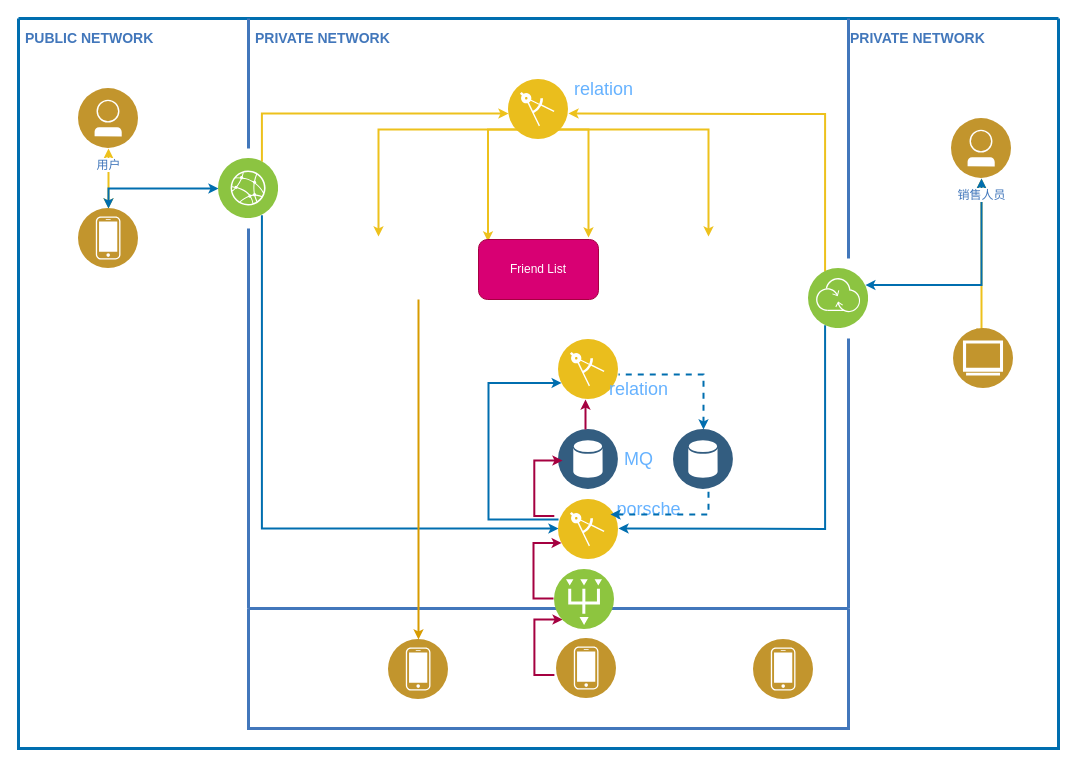
The draw.io diagram craft/add_f.drawio in feihu618/drawio, before the edit. Source tidied: cells renumbered, new cells numbered last; positions are measured from the earlier drawing's top-left corner, leaving out a move shared by most shapes. Both pictures are drawn from the tidied source at 100%, with x=0, y=0 at pixel (18, 18).
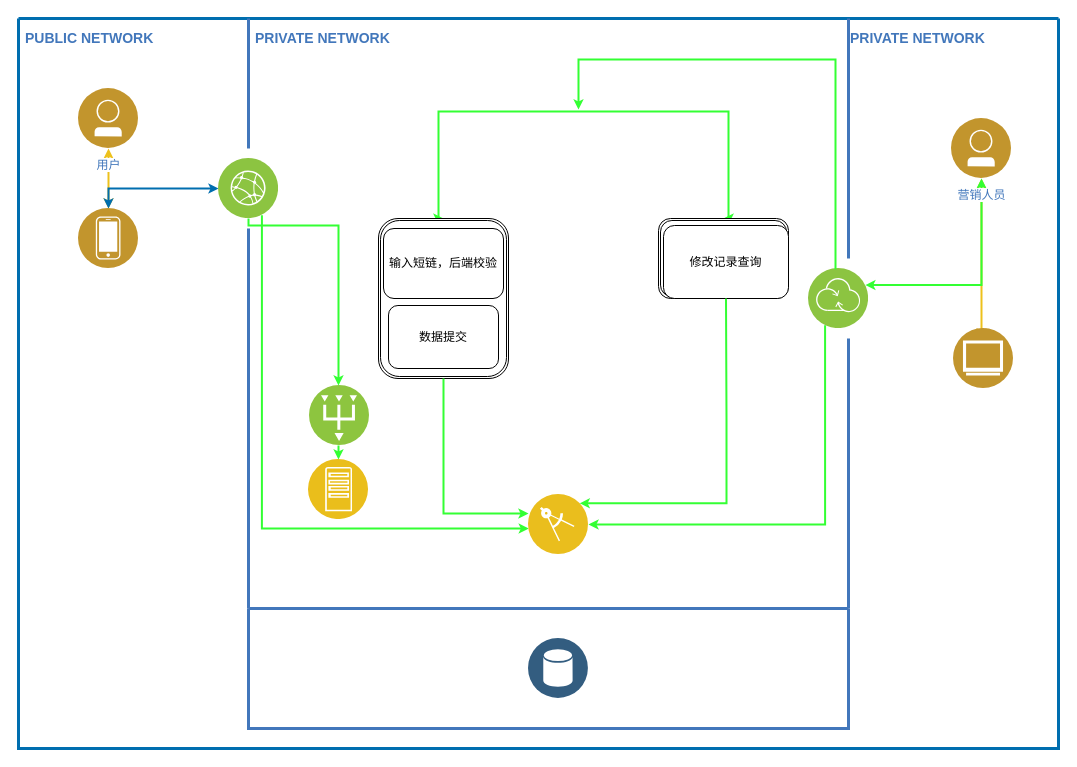
The same page after the edit.

Unchanged cells that the change refers to:
```xml
<mxCell id="2" style="swimlane;shadow=0;strokeColor=#006EAF;fillColor=#1ba1e2;fontColor=#ffffff;align=right;startSize=0;noLabel=1;strokeWidth=3;" parent="1" vertex="1">
  <mxGeometry width="1040" height="730" as="geometry" />
</mxCell>
<mxCell id="14" style="perimeter=ellipsePerimeter;html=1;align=center;shadow=0;dashed=0;image;image=img/lib/ibm/infrastructure/edge_services.svg;strokeColor=#FF0000;fillColor=#FFFF66;gradientColor=none;fontColor=#4277BB;labelBackgroundColor=#ffffff;spacingTop=3;" parent="2" vertex="1">
  <mxGeometry x="200" y="140" width="60" height="60" as="geometry" />
</mxCell>
<mxCell id="15" value="&lt;br&gt;" style="perimeter=ellipsePerimeter;html=1;align=center;shadow=0;dashed=0;image;image=img/lib/ibm/infrastructure/transformation_connectivity.svg;strokeColor=#FF0000;fillColor=#FFFF66;gradientColor=none;fontColor=#4277BB;labelBackgroundColor=#ffffff;spacingTop=3;" parent="2" vertex="1">
  <mxGeometry x="790" y="250" width="60" height="60" as="geometry" />
</mxCell>
<mxCell id="17" style="swimlane;shadow=0;labelBackgroundColor=#007FFF;strokeColor=#4277BB;fillColor=none;gradientColor=none;fontColor=#000000;align=right;startSize=0;strokeWidth=3;" parent="2" vertex="1">
  <mxGeometry x="230" y="590" width="600" height="120" as="geometry" />
</mxCell>
```

Diff of the diagram source:
```diff
@@
-    <mxCell id="4" style="edgeStyle=orthogonalEdgeStyle;rounded=0;html=1;entryX=0.25;entryY=0;labelBackgroundColor=#ffffff;jettySize=auto;strokeColor=#EDC11C;fontColor=#000000;startArrow=classic;strokeWidth=2;endSize=4;startSize=4;endArrow=none;endFill=0;" parent="2" edge="1" target="15">
-      <mxGeometry relative="1" as="geometry">
-        <mxPoint x="550" y="95" as="sourcePoint" />
-      </mxGeometry>
-    </mxCell>
-    <mxCell id="5" style="edgeStyle=orthogonalEdgeStyle;rounded=0;html=1;entryX=0.75;entryY=0;labelBackgroundColor=#ffffff;jettySize=auto;strokeColor=#EDC11C;fontColor=#000000;startArrow=classic;strokeWidth=2;endSize=4;startSize=4;endArrow=none;endFill=0;" parent="2" edge="1" target="14">
-      <mxGeometry relative="1" as="geometry">
-        <mxPoint x="490" y="95" as="sourcePoint" />
-        <Array as="points">
-          <mxPoint x="243" y="95" />
-        </Array>
-      </mxGeometry>
-    </mxCell>
-    <mxCell id="6" style="edgeStyle=orthogonalEdgeStyle;rounded=0;html=1;labelBackgroundColor=#ffffff;jettySize=auto;orthogonalLoop=1;strokeColor=#EDC11C;fontColor=#000000;startArrow=classic;strokeWidth=2;endSize=4;startSize=4;" parent="2" edge="1">
+    <mxCell id="6" style="edgeStyle=orthogonalEdgeStyle;rounded=0;html=1;labelBackgroundColor=#ffffff;jettySize=auto;fontColor=#000000;startArrow=classic;strokeWidth=2;endSize=4;startSize=4;strokeColor=#33FF33;exitX=0.5;exitY=0;exitDx=0;exitDy=0;entryX=0.5;entryY=0;entryDx=0;entryDy=0;" parent="2" edge="1" source="50" target="54">
       <mxGeometry relative="1" as="geometry">
-        <mxPoint x="360" y="218" as="sourcePoint" />
-        <mxPoint x="690" y="218" as="targetPoint" />
         <Array as="points">
-          <mxPoint x="360" y="111" />
-          <mxPoint x="690" y="111" />
+          <mxPoint x="420" y="200" />
+          <mxPoint x="420" y="93" />
+          <mxPoint x="710" y="93" />
         </Array>
       </mxGeometry>
     </mxCell>
-    <mxCell id="7" style="edgeStyle=orthogonalEdgeStyle;rounded=0;html=1;labelBackgroundColor=#ffffff;jettySize=auto;orthogonalLoop=1;strokeColor=#EDC11C;fontColor=#000000;startArrow=classic;strokeWidth=2;endSize=4;startSize=4;exitX=0.079;exitY=0.033;exitDx=0;exitDy=0;exitPerimeter=0;" parent="2" edge="1">
-      <mxGeometry relative="1" as="geometry">
-        <mxPoint x="469.5" y="223" as="sourcePoint" />
-        <mxPoint x="570" y="219" as="targetPoint" />
-        <Array as="points">
-          <mxPoint x="470" y="111" />
-          <mxPoint x="570" y="111" />
-        </Array>
-      </mxGeometry>
-    </mxCell>
-    <mxCell id="8" style="edgeStyle=orthogonalEdgeStyle;rounded=0;html=1;labelBackgroundColor=#ffffff;jettySize=auto;strokeColor=#006EAF;fontColor=#000000;entryX=0.75;entryY=1;strokeWidth=2;endSize=4;startSize=4;startArrow=classic;startFill=1;endArrow=none;endFill=0;fillColor=#1ba1e2;" parent="2" edge="1" target="14">
+    <mxCell id="8" style="edgeStyle=orthogonalEdgeStyle;rounded=0;html=1;labelBackgroundColor=#ffffff;jettySize=auto;fontColor=#000000;entryX=0.75;entryY=1;strokeWidth=2;endSize=4;startSize=4;startArrow=classic;startFill=1;endArrow=none;endFill=0;fillColor=#1ba1e2;strokeColor=#33FF33;" parent="2" edge="1" source="30" target="14">
       <mxGeometry relative="1" as="geometry">
-        <mxPoint x="540" y="510" as="sourcePoint" />
         <Array as="points">
           <mxPoint x="243" y="510" />
         </Array>
       </mxGeometry>
     </mxCell>
-    <mxCell id="9" style="edgeStyle=orthogonalEdgeStyle;rounded=0;html=1;entryX=0.25;entryY=1;labelBackgroundColor=#ffffff;jettySize=auto;strokeColor=#006EAF;fontColor=#000000;strokeWidth=2;endSize=4;startSize=4;startArrow=classic;startFill=1;endArrow=none;endFill=0;fillColor=#1ba1e2;" parent="2" edge="1" target="15">
-      <mxGeometry relative="1" as="geometry">
-        <mxPoint x="600" y="510" as="sourcePoint" />
-      </mxGeometry>
+    <mxCell id="9" style="edgeStyle=orthogonalEdgeStyle;rounded=0;html=1;entryX=0.25;entryY=1;labelBackgroundColor=#ffffff;jettySize=auto;fontColor=#000000;strokeWidth=2;endSize=4;startSize=4;startArrow=classic;startFill=1;endArrow=none;endFill=0;fillColor=#1ba1e2;exitX=1;exitY=0.5;exitDx=0;exitDy=0;strokeColor=#33FF33;" parent="2" edge="1" source="30" target="15">
+      <mxGeometry relative="1" as="geometry" />
     </mxCell>
@@
-    <mxCell id="11" style="edgeStyle=orthogonalEdgeStyle;rounded=0;html=1;entryX=1;entryY=0.25;labelBackgroundColor=#ffffff;jettySize=auto;strokeColor=#006EAF;fontColor=#000000;startArrow=classic;strokeWidth=2;endSize=4;startSize=4;fillColor=#1ba1e2;" parent="2" edge="1" source="16" target="15">
+    <mxCell id="11" style="edgeStyle=orthogonalEdgeStyle;rounded=0;html=1;entryX=1;entryY=0.25;labelBackgroundColor=#ffffff;jettySize=auto;fontColor=#000000;startArrow=classic;strokeWidth=2;endSize=4;startSize=4;fillColor=#1ba1e2;strokeColor=#33FF33;" parent="2" edge="1" source="16" target="15">
       <mxGeometry relative="1" as="geometry">
         <Array as="points">
           <mxPoint x="963" y="267" />
         </Array>
       </mxGeometry>
     </mxCell>
@@
-    <mxCell id="16" value="销售人员" style="perimeter=ellipsePerimeter;html=1;align=center;shadow=0;dashed=0;image;image=img/lib/ibm/users/user.svg;strokeColor=#FF0000;fillColor=#FFFF66;gradientColor=none;fontColor=#4277BB;labelBackgroundColor=#ffffff;spacingTop=3;" parent="2" vertex="1">
+    <mxCell id="16" value="营销人员" style="perimeter=ellipsePerimeter;html=1;align=center;shadow=0;dashed=0;image;image=img/lib/ibm/users/user.svg;strokeColor=#FF0000;fillColor=#FFFF66;gradientColor=none;fontColor=#4277BB;labelBackgroundColor=#ffffff;spacingTop=3;" parent="2" vertex="1">
       <mxGeometry x="933" y="100" width="60" height="60" as="geometry" />
     </mxCell>
@@
-    <mxCell id="18" style="perimeter=ellipsePerimeter;html=1;align=center;shadow=0;dashed=0;fontColor=#4277BB;labelBackgroundColor=#ffffff;fontSize=12;spacingTop=3;image;image=img/lib/ibm/users/device.svg;" parent="17" vertex="1">
-      <mxGeometry x="140" y="31" width="60" height="60" as="geometry" />
-    </mxCell>
-    <mxCell id="19" style="perimeter=ellipsePerimeter;html=1;align=center;shadow=0;dashed=0;fontColor=#4277BB;labelBackgroundColor=#ffffff;fontSize=12;spacingTop=3;image;image=img/lib/ibm/users/device.svg;" parent="17" vertex="1">
-      <mxGeometry x="308" y="30" width="60" height="60" as="geometry" />
-    </mxCell>
-    <mxCell id="20" style="perimeter=ellipsePerimeter;html=1;align=center;shadow=0;dashed=0;fontColor=#4277BB;labelBackgroundColor=#ffffff;fontSize=12;spacingTop=3;image;image=img/lib/ibm/users/device.svg;" parent="17" vertex="1">
-      <mxGeometry x="505" y="31" width="60" height="60" as="geometry" />
-    </mxCell>
-    <mxCell id="21" style="edgeStyle=orthogonalEdgeStyle;rounded=0;html=1;entryX=0;entryY=0.75;labelBackgroundColor=#ffffff;jettySize=auto;orthogonalLoop=1;strokeColor=#A50040;fontColor=#000000;strokeWidth=2;endSize=4;startSize=4;entryDx=0;entryDy=0;fillColor=#d80073;" parent="17" edge="1">
-      <mxGeometry relative="1" as="geometry">
-        <mxPoint x="305.9" y="66.6" as="sourcePoint" />
-        <mxPoint x="314.1" y="11" as="targetPoint" />
-        <Array as="points">
-          <mxPoint x="285.9" y="66.6" />
-          <mxPoint x="285.9" y="10.6" />
-        </Array>
-      </mxGeometry>
-    </mxCell>
+    <mxCell id="45" style="perimeter=ellipsePerimeter;html=1;align=center;shadow=0;dashed=0;image;image=img/lib/ibm/data/data_services.svg;strokeColor=#FF0000;fillColor=#FFFF66;gradientColor=none;fontColor=#4277BB;labelBackgroundColor=#ffffff;spacingTop=3;" parent="17" vertex="1">
+      <mxGeometry x="280" y="30" width="60" height="60" as="geometry" />
+    </mxCell>
@@
     <mxCell id="29" style="perimeter=ellipsePerimeter;html=1;align=center;shadow=0;dashed=0;fontColor=#4277BB;labelBackgroundColor=#ffffff;fontSize=12;spacingTop=3;image;image=img/lib/ibm/vpc/PublicGateway.svg;direction=south;" parent="2" vertex="1">
-      <mxGeometry x="535" y="551" width="60" height="60" as="geometry" />
+      <mxGeometry x="290" y="367" width="60" height="60" as="geometry" />
     </mxCell>
     <mxCell id="30" style="perimeter=ellipsePerimeter;html=1;align=center;shadow=0;dashed=0;fontColor=#4277BB;labelBackgroundColor=#ffffff;fontSize=12;spacingTop=3;image;image=img/lib/ibm/applications/enterprise_applications.svg;" parent="2" vertex="1">
-      <mxGeometry x="540" y="481" width="60" height="60" as="geometry" />
+      <mxGeometry x="510" y="476" width="60" height="60" as="geometry" />
     </mxCell>
@@
-    <mxCell id="32" style="perimeter=ellipsePerimeter;html=1;align=center;shadow=0;dashed=0;fontColor=#4277BB;labelBackgroundColor=#ffffff;fontSize=12;spacingTop=3;image;image=img/lib/ibm/applications/enterprise_applications.svg;" parent="2" vertex="1">
-      <mxGeometry x="540" y="321" width="60" height="60" as="geometry" />
-    </mxCell>
-    <mxCell id="33" style="edgeStyle=orthogonalEdgeStyle;rounded=0;html=1;entryX=0;entryY=0.75;labelBackgroundColor=#ffffff;jettySize=auto;strokeColor=#A50040;fontColor=#000000;strokeWidth=2;endSize=4;startSize=4;entryDx=0;entryDy=0;fillColor=#d80073;" parent="2" edge="1" target="30">
-      <mxGeometry relative="1" as="geometry">
-        <mxPoint x="535" y="580" as="sourcePoint" />
-        <Array as="points">
-          <mxPoint x="515" y="580" />
-          <mxPoint x="515" y="524" />
-        </Array>
-      </mxGeometry>
-    </mxCell>
-    <mxCell id="34" style="perimeter=ellipsePerimeter;html=1;align=center;shadow=0;dashed=0;image;image=img/lib/ibm/data/data_services.svg;strokeColor=#FF0000;fillColor=#FFFF66;gradientColor=none;fontColor=#4277BB;labelBackgroundColor=#ffffff;spacingTop=3;" parent="2" vertex="1">
-      <mxGeometry x="540" y="411" width="60" height="60" as="geometry" />
-    </mxCell>
-    <mxCell id="35" style="edgeStyle=orthogonalEdgeStyle;rounded=0;html=1;entryX=0;entryY=0.75;labelBackgroundColor=#ffffff;jettySize=auto;orthogonalLoop=1;strokeColor=#A50040;fontColor=#000000;strokeWidth=2;endSize=4;startSize=4;entryDx=0;entryDy=0;fillColor=#d80073;" parent="2" edge="1">
-      <mxGeometry relative="1" as="geometry">
-        <mxPoint x="535.8" y="497.6" as="sourcePoint" />
-        <mxPoint x="544" y="442" as="targetPoint" />
-        <Array as="points">
-          <mxPoint x="515.8" y="497.6" />
-          <mxPoint x="515.8" y="441.6" />
-        </Array>
-      </mxGeometry>
-    </mxCell>
-    <mxCell id="36" style="edgeStyle=orthogonalEdgeStyle;rounded=0;html=1;labelBackgroundColor=#ffffff;jettySize=auto;orthogonalLoop=1;strokeColor=#A50040;fontColor=#000000;strokeWidth=2;endSize=4;startSize=4;fillColor=#d80073;" parent="2" edge="1">
-      <mxGeometry relative="1" as="geometry">
-        <mxPoint x="567" y="411" as="sourcePoint" />
-        <mxPoint x="567" y="381" as="targetPoint" />
-        <Array as="points">
-          <mxPoint x="566.8" y="411" />
-          <mxPoint x="566.8" y="355" />
-        </Array>
-      </mxGeometry>
-    </mxCell>
-    <mxCell id="37" value="Friend List" style="rounded=1;whiteSpace=wrap;html=1;fillColor=#d80073;strokeColor=#A50040;fontColor=#ffffff;" parent="2" vertex="1">
-      <mxGeometry x="460" y="221" width="120" height="60" as="geometry" />
-    </mxCell>
-    <mxCell id="38" style="perimeter=ellipsePerimeter;html=1;align=center;shadow=0;dashed=0;fontColor=#4277BB;labelBackgroundColor=#ffffff;fontSize=12;spacingTop=3;image;image=img/lib/ibm/applications/enterprise_applications.svg;" parent="2" vertex="1">
-      <mxGeometry x="490" y="61" width="60" height="60" as="geometry" />
-    </mxCell>
-    <mxCell id="39" value="&lt;font color=&quot;#66b2ff&quot; style=&quot;font-size: 18px&quot;&gt;MQ&lt;/font&gt;" style="text;html=1;align=center;verticalAlign=middle;fillColor=none;strokeColor=none;rounded=0;" parent="2" vertex="1">
-      <mxGeometry x="600" y="431" width="40" height="20" as="geometry" />
-    </mxCell>
-    <mxCell id="40" value="&lt;font color=&quot;#66b2ff&quot;&gt;&lt;span style=&quot;font-size: 18px&quot;&gt;porsche&lt;/span&gt;&lt;/font&gt;" style="text;html=1;align=center;verticalAlign=middle;points=[];fillColor=none;strokeColor=none;rounded=0;" parent="2" vertex="1">
-      <mxGeometry x="590" y="481" width="80" height="20" as="geometry" />
-    </mxCell>
-    <mxCell id="41" value="&lt;font color=&quot;#66b2ff&quot;&gt;&lt;span style=&quot;font-size: 18px&quot;&gt;relation&lt;/span&gt;&lt;/font&gt;" style="text;html=1;align=center;verticalAlign=middle;points=[];fillColor=none;strokeColor=none;rounded=0;" parent="2" vertex="1">
-      <mxGeometry x="585" y="361" width="70" height="20" as="geometry" />
-    </mxCell>
-    <mxCell id="42" value="&lt;font color=&quot;#66b2ff&quot;&gt;&lt;span style=&quot;font-size: 18px&quot;&gt;relation&lt;/span&gt;&lt;/font&gt;" style="text;html=1;align=center;verticalAlign=middle;fillColor=none;strokeColor=none;rounded=0;" parent="2" vertex="1">
-      <mxGeometry x="550" y="61" width="70" height="20" as="geometry" />
-    </mxCell>
-    <mxCell id="43" style="edgeStyle=orthogonalEdgeStyle;rounded=0;html=1;labelBackgroundColor=#ffffff;jettySize=auto;strokeColor=#d79b00;fontColor=#000000;strokeWidth=2;endSize=4;startSize=4;startArrow=classic;startFill=1;endArrow=none;endFill=0;gradientColor=#ffa500;fillColor=#ffcd28;exitX=0.5;exitY=0;exitDx=0;exitDy=0;" parent="2" edge="1" source="18">
-      <mxGeometry relative="1" as="geometry">
-        <mxPoint x="400" y="281" as="targetPoint" />
-        <Array as="points">
-          <mxPoint x="400" y="331" />
-          <mxPoint x="400" y="331" />
-        </Array>
-      </mxGeometry>
-    </mxCell>
-    <mxCell id="44" style="edgeStyle=orthogonalEdgeStyle;rounded=0;html=1;labelBackgroundColor=#ffffff;jettySize=auto;strokeColor=#006EAF;fontColor=#000000;strokeWidth=2;endSize=4;startSize=4;startArrow=classic;startFill=1;endArrow=none;endFill=0;fillColor=#1ba1e2;exitX=0;exitY=0.75;exitDx=0;exitDy=0;" parent="2" edge="1" source="32">
-      <mxGeometry relative="1" as="geometry">
-        <mxPoint x="540" y="501" as="targetPoint" />
-        <Array as="points">
-          <mxPoint x="470" y="364" />
-          <mxPoint x="470" y="501" />
-          <mxPoint x="540" y="501" />
-        </Array>
-      </mxGeometry>
-    </mxCell>
-    <mxCell id="45" style="perimeter=ellipsePerimeter;html=1;align=center;shadow=0;dashed=0;image;image=img/lib/ibm/data/data_services.svg;strokeColor=#FF0000;fillColor=#FFFF66;gradientColor=none;fontColor=#4277BB;labelBackgroundColor=#ffffff;spacingTop=3;" parent="2" vertex="1">
-      <mxGeometry x="655" y="411" width="60" height="60" as="geometry" />
-    </mxCell>
-    <mxCell id="46" style="edgeStyle=orthogonalEdgeStyle;rounded=0;html=1;labelBackgroundColor=#ffffff;jettySize=auto;strokeColor=#006EAF;fontColor=#000000;strokeWidth=2;endSize=4;startSize=4;startArrow=classic;startFill=1;endArrow=none;endFill=0;fillColor=#1ba1e2;exitX=0.5;exitY=0;exitDx=0;exitDy=0;entryX=0.214;entryY=-0.25;entryDx=0;entryDy=0;entryPerimeter=0;dashed=1;" parent="2" edge="1" source="45" target="41">
-      <mxGeometry relative="1" as="geometry">
-        <Array as="points">
-          <mxPoint x="685" y="356" />
-        </Array>
-      </mxGeometry>
-    </mxCell>
-    <mxCell id="47" style="edgeStyle=orthogonalEdgeStyle;rounded=0;html=1;labelBackgroundColor=#ffffff;jettySize=auto;strokeColor=#006EAF;fontColor=#000000;strokeWidth=2;endSize=4;startSize=4;startArrow=classic;startFill=1;endArrow=none;endFill=0;fillColor=#1ba1e2;exitX=0.025;exitY=0.75;exitDx=0;exitDy=0;entryX=0.214;entryY=-0.25;entryDx=0;entryDy=0;entryPerimeter=0;dashed=1;exitPerimeter=0;" parent="2" edge="1" source="40">
-      <mxGeometry relative="1" as="geometry">
-        <mxPoint x="690" y="471" as="targetPoint" />
-        <Array as="points">
-          <mxPoint x="690" y="496" />
-        </Array>
-      </mxGeometry>
-    </mxCell>
@@
+    <mxCell id="49" style="edgeStyle=orthogonalEdgeStyle;rounded=0;html=1;labelBackgroundColor=#ffffff;jettySize=auto;fontColor=#000000;strokeWidth=2;endSize=4;startSize=4;startArrow=classic;startFill=1;endArrow=none;endFill=0;fillColor=#1ba1e2;strokeColor=#33FF33;" parent="2" edge="1" source="29" target="14">
+      <mxGeometry relative="1" as="geometry">
+        <Array as="points">
+          <mxPoint x="320" y="207" />
+          <mxPoint x="230" y="207" />
+        </Array>
+      </mxGeometry>
+    </mxCell>
+    <mxCell id="50" style="shape=ext;double=1;rounded=1;whiteSpace=wrap;html=1;" parent="2" vertex="1">
+      <mxGeometry x="360" y="200" width="130" height="160" as="geometry" />
+    </mxCell>
+    <mxCell id="51" style="perimeter=ellipsePerimeter;html=1;align=center;shadow=0;dashed=0;fontColor=#4277BB;labelBackgroundColor=#ffffff;fontSize=12;spacingTop=3;image;image=img/lib/ibm/applications/app_server.svg;" parent="2" vertex="1">
+      <mxGeometry x="290" y="441" width="60" height="60" as="geometry" />
+    </mxCell>
+    <mxCell id="52" value="输入短链，后端校验" style="shape=ext;rounded=1;html=1;whiteSpace=wrap;" parent="2" vertex="1">
+      <mxGeometry x="365" y="210" width="120" height="70" as="geometry" />
+    </mxCell>
+    <mxCell id="53" value="数据提交" style="shape=ext;rounded=1;html=1;whiteSpace=wrap;" parent="2" vertex="1">
+      <mxGeometry x="370" y="287" width="110" height="63" as="geometry" />
+    </mxCell>
+    <mxCell id="54" style="shape=ext;double=1;rounded=1;whiteSpace=wrap;html=1;" parent="2" vertex="1">
+      <mxGeometry x="640" y="200" width="130" height="80" as="geometry" />
+    </mxCell>
+    <mxCell id="55" value="修改记录查询" style="shape=ext;rounded=1;html=1;whiteSpace=wrap;" parent="2" vertex="1">
+      <mxGeometry x="645" y="207" width="125" height="73" as="geometry" />
+    </mxCell>
+    <mxCell id="56" style="edgeStyle=orthogonalEdgeStyle;rounded=0;html=1;entryX=0.5;entryY=1;labelBackgroundColor=#ffffff;jettySize=auto;fontColor=#000000;strokeWidth=2;endSize=4;startSize=4;startArrow=classic;startFill=1;endArrow=none;endFill=0;fillColor=#1ba1e2;exitX=1;exitY=0;exitDx=0;exitDy=0;strokeColor=#33FF33;entryDx=0;entryDy=0;" parent="2" edge="1" source="30" target="55">
+      <mxGeometry relative="1" as="geometry">
+        <Array as="points">
+          <mxPoint x="708" y="485" />
+          <mxPoint x="708" y="401" />
+        </Array>
+      </mxGeometry>
+    </mxCell>
+    <mxCell id="57" style="edgeStyle=orthogonalEdgeStyle;rounded=0;html=1;labelBackgroundColor=#ffffff;jettySize=auto;fontColor=#000000;strokeWidth=2;endSize=4;startSize=4;startArrow=classic;startFill=1;endArrow=none;endFill=0;fillColor=#1ba1e2;strokeColor=#33FF33;entryX=1;entryY=0.5;entryDx=0;entryDy=0;" parent="2" edge="1" source="51" target="29">
+      <mxGeometry relative="1" as="geometry">
+        <Array as="points">
+          <mxPoint x="320" y="471" />
+          <mxPoint x="320" y="471" />
+        </Array>
+      </mxGeometry>
+    </mxCell>
+    <mxCell id="58" style="edgeStyle=orthogonalEdgeStyle;rounded=0;html=1;labelBackgroundColor=#ffffff;jettySize=auto;orthogonalLoop=1;fontColor=#000000;strokeWidth=2;endSize=4;startSize=4;startArrow=classic;startFill=1;endArrow=none;endFill=0;fillColor=#1ba1e2;strokeColor=#33FF33;" parent="1" edge="1">
+      <mxGeometry relative="1" as="geometry">
+        <mxPoint x="560" y="91" as="sourcePoint" />
+        <mxPoint x="817" y="251" as="targetPoint" />
+        <Array as="points">
+          <mxPoint x="560" y="41" />
+          <mxPoint x="817" y="41" />
+        </Array>
+      </mxGeometry>
+    </mxCell>
+    <mxCell id="59" style="edgeStyle=orthogonalEdgeStyle;rounded=0;html=1;labelBackgroundColor=#ffffff;jettySize=auto;fontColor=#000000;strokeWidth=2;endSize=4;startSize=4;startArrow=classic;startFill=1;endArrow=none;endFill=0;fillColor=#1ba1e2;strokeColor=#33FF33;" parent="1" edge="1" target="50">
+      <mxGeometry relative="1" as="geometry">
+        <mxPoint x="510" y="495" as="sourcePoint" />
+        <Array as="points">
+          <mxPoint x="425" y="495" />
+        </Array>
+      </mxGeometry>
+    </mxCell>
```
